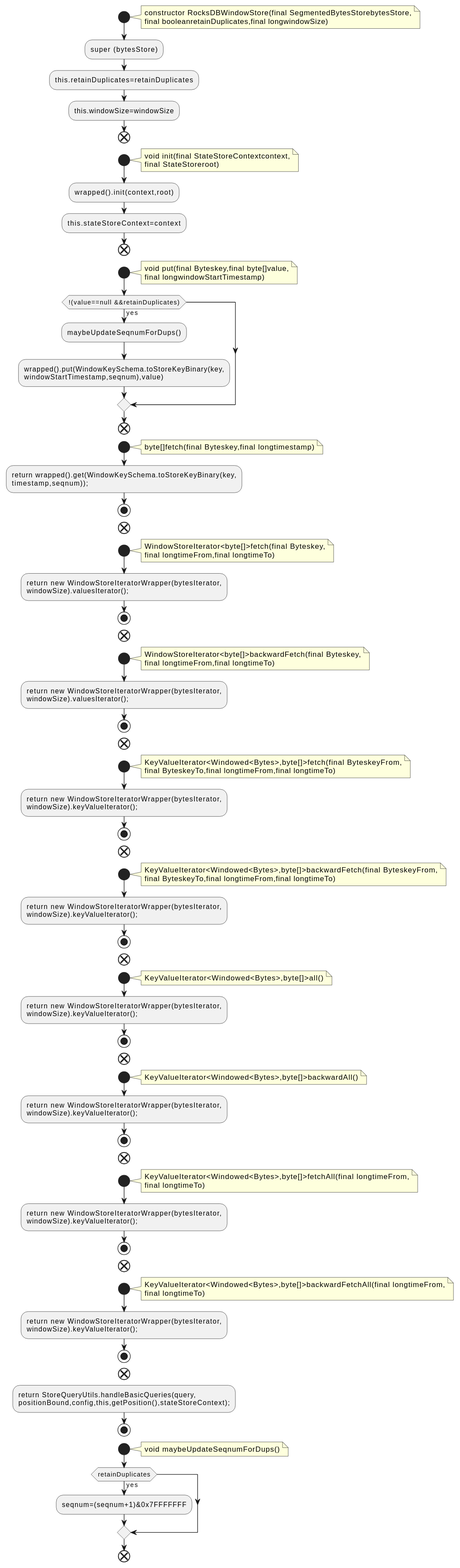
Earlier version of the PlantUML export docs/qc/streams/src/main/java/org/apache/kafka/streams/state/internals/RocksDBWindowStore.java.fct.svg (qualitesys/kafka).
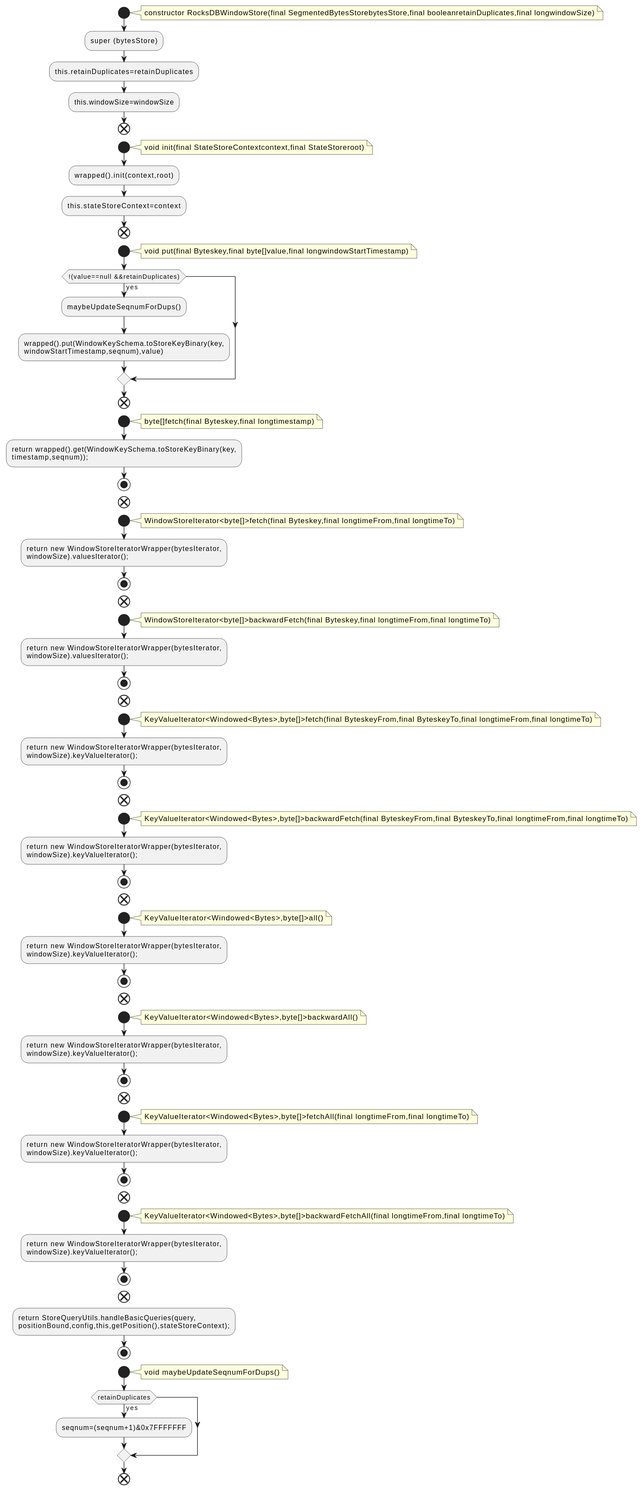
The same file after the commit.

What changed in the source:
```diff
@@ -2,8 +2,7 @@
 !pragma layout smetana
 start
 note right
-constructor RocksDBWindowStore(final SegmentedBytesStorebytesStore,
-final booleanretainDuplicates,final longwindowSize)
+constructor RocksDBWindowStore(final SegmentedBytesStorebytesStore,final booleanretainDuplicates,final longwindowSize)
 end note
 :super (bytesStore);
 :this.retainDuplicates=retainDuplicates;
@@ -11,16 +10,14 @@
 end
 start
 note right
-void init(final StateStoreContextcontext,
-final StateStoreroot)
+void init(final StateStoreContextcontext,final StateStoreroot)
 end note
 :wrapped().init(context,root);
 :this.stateStoreContext=context;
 end
 start
 note right
-void put(final Byteskey,final byte[]value,
-final longwindowStartTimestamp)
+void put(final Byteskey,final byte[]value,final longwindowStartTimestamp)
 end note
 if (!(value==null &&retainDuplicates)) then (yes)
 :maybeUpdateSeqnumForDups();
@@ -38,8 +35,7 @@
 end
 start
 note right
-WindowStoreIterator<byte[]>fetch(final Byteskey,
-final longtimeFrom,final longtimeTo)
+WindowStoreIterator<byte[]>fetch(final Byteskey,final longtimeFrom,final longtimeTo)
 end note
 :return new WindowStoreIteratorWrapper(bytesIterator,
 windowSize).valuesIterator();;
@@ -47,8 +43,7 @@
 end
 start
 note right
-WindowStoreIterator<byte[]>backwardFetch(final Byteskey,
-final longtimeFrom,final longtimeTo)
+WindowStoreIterator<byte[]>backwardFetch(final Byteskey,final longtimeFrom,final longtimeTo)
 end note
 :return new WindowStoreIteratorWrapper(bytesIterator,
 windowSize).valuesIterator();;
@@ -56,8 +51,7 @@
 end
 start
 note right
-KeyValueIterator<Windowed<Bytes>,byte[]>fetch(final ByteskeyFrom,
-final ByteskeyTo,final longtimeFrom,final longtimeTo)
+KeyValueIterator<Windowed<Bytes>,byte[]>fetch(final ByteskeyFrom,final ByteskeyTo,final longtimeFrom,final longtimeTo)
 end note
 :return new WindowStoreIteratorWrapper(bytesIterator,
 windowSize).keyValueIterator();;
@@ -65,8 +59,7 @@
 end
 start
 note right
-KeyValueIterator<Windowed<Bytes>,byte[]>backwardFetch(final ByteskeyFrom,
-final ByteskeyTo,final longtimeFrom,final longtimeTo)
+KeyValueIterator<Windowed<Bytes>,byte[]>backwardFetch(final ByteskeyFrom,final ByteskeyTo,final longtimeFrom,final longtimeTo)
 end note
 :return new WindowStoreIteratorWrapper(bytesIterator,
 windowSize).keyValueIterator();;
@@ -90,8 +83,7 @@
 end
 start
 note right
-KeyValueIterator<Windowed<Bytes>,byte[]>fetchAll(final longtimeFrom,
-final longtimeTo)
+KeyValueIterator<Windowed<Bytes>,byte[]>fetchAll(final longtimeFrom,final longtimeTo)
 end note
 :return new WindowStoreIteratorWrapper(bytesIterator,
 windowSize).keyValueIterator();;
@@ -99,8 +91,7 @@
 end
 start
 note right
-KeyValueIterator<Windowed<Bytes>,byte[]>backwardFetchAll(final longtimeFrom,
-final longtimeTo)
+KeyValueIterator<Windowed<Bytes>,byte[]>backwardFetchAll(final longtimeFrom,final longtimeTo)
 end note
 :return new WindowStoreIteratorWrapper(bytesIterator,
 windowSize).keyValueIterator();;
```
